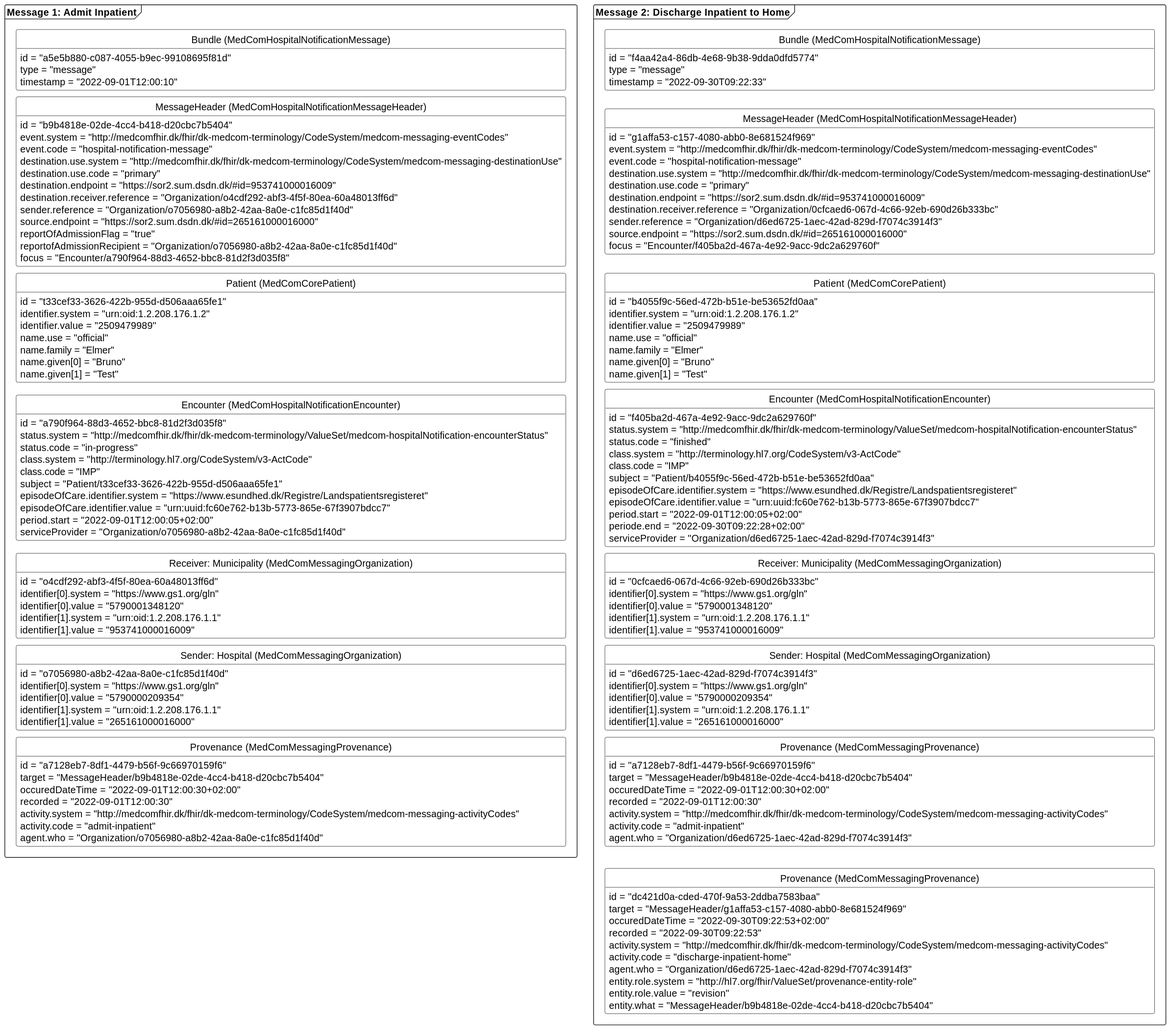
This is input/images/hospitalnotification/HNAdmitInPat.svg from medcomdk/dk-medcom-hospitalnotification, a PlantUML export, as it was before one commit.
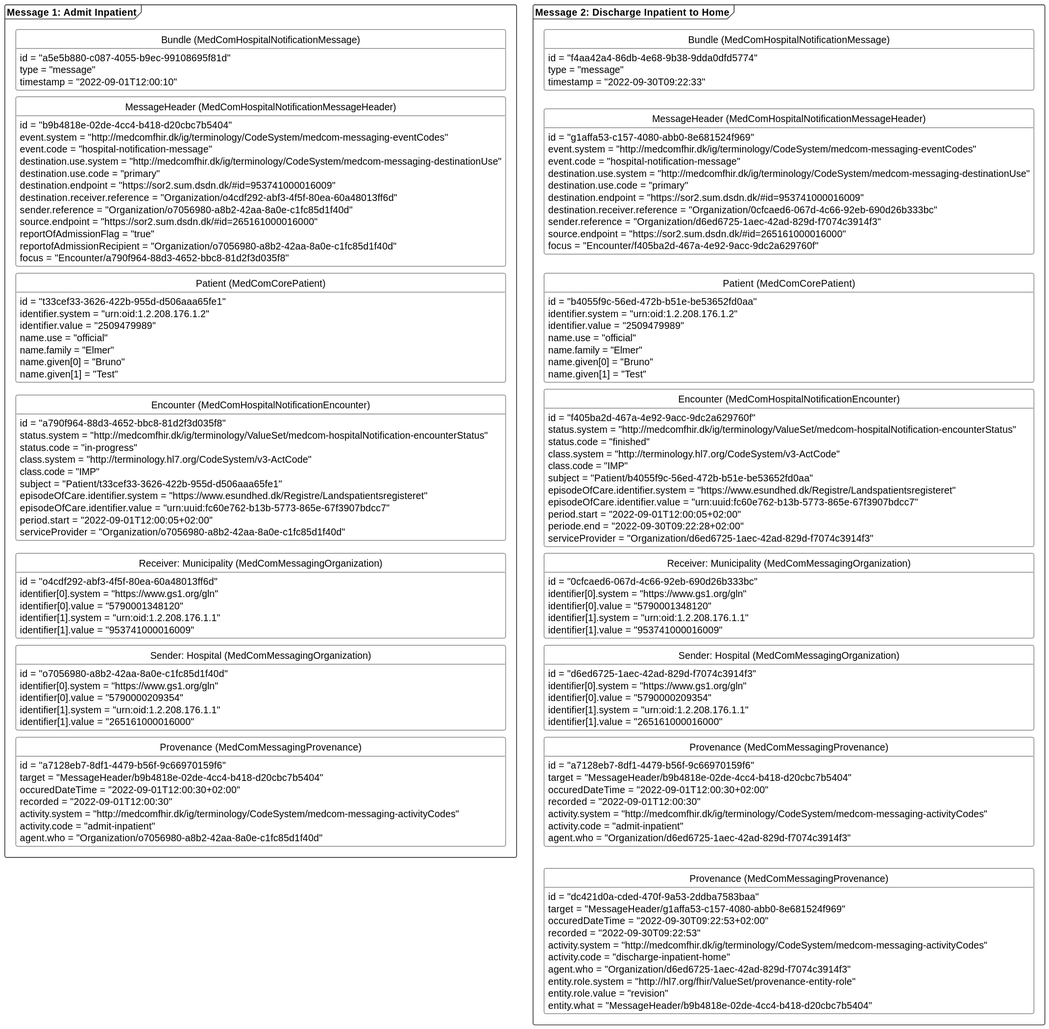
The same file after the commit.

The edit, as a diff of the source:
```diff
@@ -18,9 +18,9 @@
     }
     class "MessageHeader (MedComHospitalNotificationMessageHeader)" as admitMH{
         id = "b9b4818e-02de-4cc4-b418-d20cbc7b5404"
-        event.system = "http://medcomfhir.dk/fhir/dk-medcom-terminology/CodeSystem/medcom-messaging-eventCodes"
+        event.system = "http://medcomfhir.dk/ig/terminology/CodeSystem/medcom-messaging-eventCodes"
         event.code = "hospital-notification-message"
-        destination.use.system = "http://medcomfhir.dk/fhir/dk-medcom-terminology/CodeSystem/medcom-messaging-destinationUse"
+        destination.use.system = "http://medcomfhir.dk/ig/terminology/CodeSystem/medcom-messaging-destinationUse"
         destination.use.code = "primary"
         destination.endpoint = "https://sor2.sum.dsdn.dk/#id=953741000016009"
         destination.receiver.reference = "Organization/o4cdf292-abf3-4f5f-80ea-60a48013ff6d"
@@ -41,7 +41,7 @@
     }
     class "Encounter (MedComHospitalNotificationEncounter)" as admitENC{
         id = "a790f964-88d3-4652-bbc8-81d2f3d035f8"
-        status.system = "http://medcomfhir.dk/fhir/dk-medcom-terminology/ValueSet/medcom-hospitalNotification-encounterStatus"
+        status.system = "http://medcomfhir.dk/ig/terminology/ValueSet/medcom-hospitalNotification-encounterStatus"
         status.code = "in-progress"
         class.system = "http://terminology.hl7.org/CodeSystem/v3-ActCode"
         class.code = "IMP"
@@ -70,7 +70,7 @@
         target = "MessageHeader/b9b4818e-02de-4cc4-b418-d20cbc7b5404"
         occuredDateTime = "2022-09-01T12:00:30+02:00"
         recorded = "2022-09-01T12:00:30"
-        activity.system = "http://medcomfhir.dk/fhir/dk-medcom-terminology/CodeSystem/medcom-messaging-activityCodes"
+        activity.system = "http://medcomfhir.dk/ig/terminology/CodeSystem/medcom-messaging-activityCodes"
         activity.code = "admit-inpatient"
         agent.who = "Organization/o7056980-a8b2-42aa-8a0e-c1fc85d1f40d"
     }
@@ -91,9 +91,9 @@
     }
     class "MessageHeader  (MedComHospitalNotificationMessageHeader)" as finishedMH{
         id = "g1affa53-c157-4080-abb0-8e681524f969"
-        event.system = "http://medcomfhir.dk/fhir/dk-medcom-terminology/CodeSystem/medcom-messaging-eventCodes"
+        event.system = "http://medcomfhir.dk/ig/terminology/CodeSystem/medcom-messaging-eventCodes"
         event.code = "hospital-notification-message"
-        destination.use.system = "http://medcomfhir.dk/fhir/dk-medcom-terminology/CodeSystem/medcom-messaging-destinationUse"
+        destination.use.system = "http://medcomfhir.dk/ig/terminology/CodeSystem/medcom-messaging-destinationUse"
         destination.use.code = "primary"
         destination.endpoint = "https://sor2.sum.dsdn.dk/#id=953741000016009"
         destination.receiver.reference = "Organization/0cfcaed6-067d-4c66-92eb-690d26b333bc"
@@ -112,7 +112,7 @@
     }
     class "Encounter  (MedComHospitalNotificationEncounter)" as finishedENC{
         id = "f405ba2d-467a-4e92-9acc-9dc2a629760f"
-        status.system = "http://medcomfhir.dk/fhir/dk-medcom-terminology/ValueSet/medcom-hospitalNotification-encounterStatus"
+        status.system = "http://medcomfhir.dk/ig/terminology/ValueSet/medcom-hospitalNotification-encounterStatus"
         status.code = "finished"
         class.system = "http://terminology.hl7.org/CodeSystem/v3-ActCode"
         class.code = "IMP"
@@ -142,7 +142,7 @@
         target = "MessageHeader/b9b4818e-02de-4cc4-b418-d20cbc7b5404"
         occuredDateTime = "2022-09-01T12:00:30+02:00"
         recorded = "2022-09-01T12:00:30"
-        activity.system = "http://medcomfhir.dk/fhir/dk-medcom-terminology/CodeSystem/medcom-messaging-activityCodes"
+        activity.system = "http://medcomfhir.dk/ig/terminology/CodeSystem/medcom-messaging-activityCodes"
         activity.code = "admit-inpatient"
         agent.who = "Organization/d6ed6725-1aec-42ad-829d-f7074c3914f3"
     }
@@ -151,7 +151,7 @@
         target = "MessageHeader/g1affa53-c157-4080-abb0-8e681524f969"
         occuredDateTime = "2022-09-30T09:22:53+02:00"
         recorded = "2022-09-30T09:22:53"
-        activity.system = "http://medcomfhir.dk/fhir/dk-medcom-terminology/CodeSystem/medcom-messaging-activityCodes"
+        activity.system = "http://medcomfhir.dk/ig/terminology/CodeSystem/medcom-messaging-activityCodes"
         activity.code = "discharge-inpatient-home"
         agent.who = "Organization/d6ed6725-1aec-42ad-829d-f7074c3914f3"
         entity.role.system = "http://hl7.org/fhir/ValueSet/provenance-entity-role"
```
